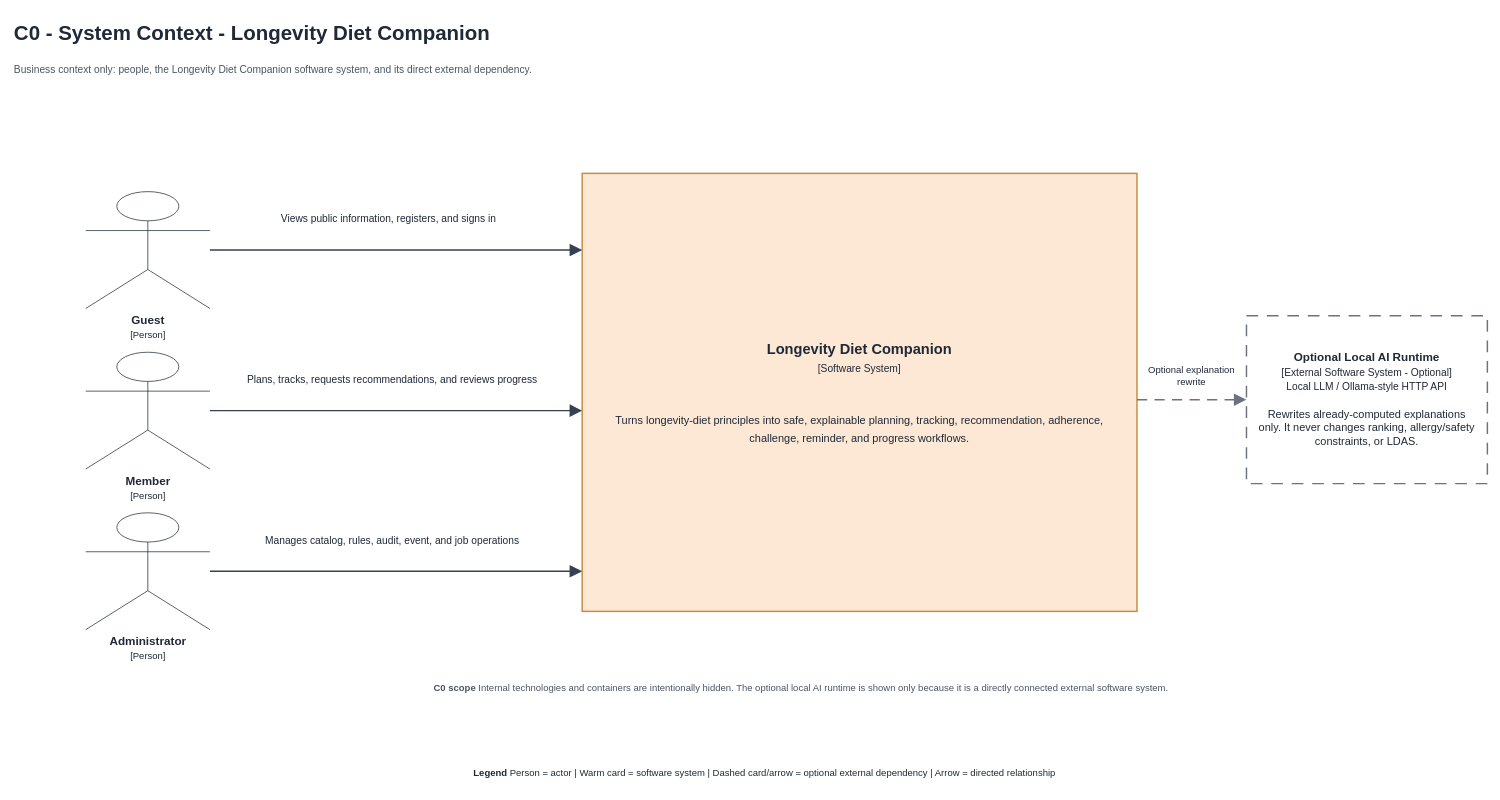
Earlier version of the draw.io diagram docs/assignment/diagrams/01-c0-system-context.drawio (YAHsaveme/FPTUSE_LongevityDiet). Source tidied: cells renumbered, new cells numbered last; positions are measured from the earlier drawing's top-left corner, leaving out a move shared by most shapes. Both pictures are drawn from the tidied source at 73%, with x=0, y=0 at pixel (12, 12).
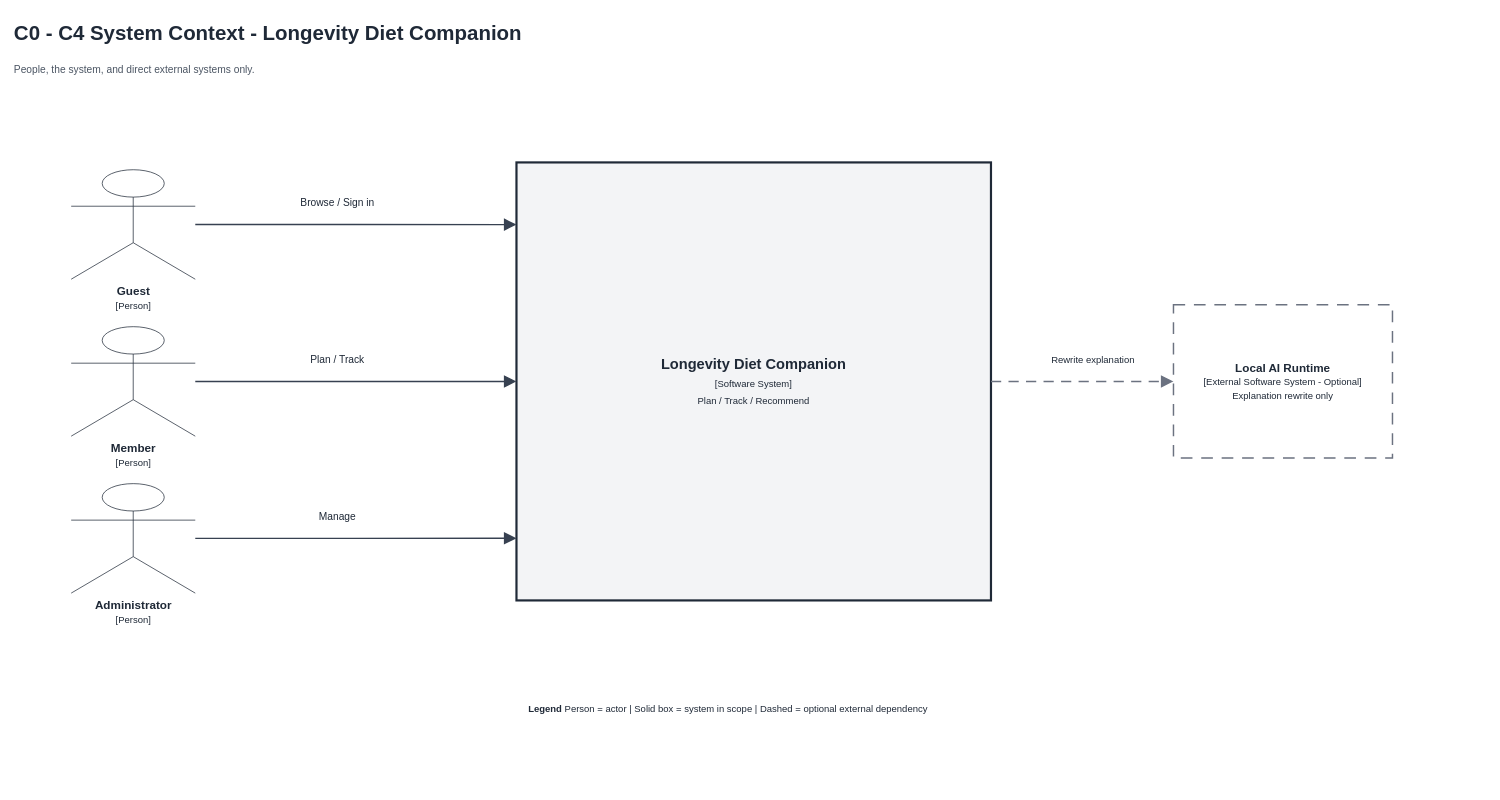
The same diagram, later.

Diff of the diagram source:
```diff
@@
 <mxGraphModel>
   <root>
     <mxCell id="0" />
     <mxCell id="1" parent="0" />
-    <mxCell id="2" value="C0 - System Context - Longevity Diet Companion" style="text;html=1;strokeColor=none;fillColor=none;align=left;verticalAlign=middle;whiteSpace=wrap;rounded=0;fontFamily=Arial;fontColor=#1F2937;fontSize=28;align=left;fontColor=#1F2937;fontStyle=1;" parent="1" vertex="1">
-      <mxGeometry width="2020" height="55" as="geometry" />
+    <mxCell id="2" value="C0 - C4 System Context - Longevity Diet Companion" style="text;html=1;strokeColor=none;fillColor=none;align=left;verticalAlign=middle;whiteSpace=wrap;rounded=0;fontFamily=Arial;fontColor=#1F2937;fontSize=28;align=left;fontColor=#1F2937;fontStyle=1;" parent="1" vertex="1">
+      <mxGeometry width="1900" height="55" as="geometry" />
     </mxCell>
-    <mxCell id="3" value="Business context only: people, the Longevity Diet Companion software system, and its direct external dependency." style="text;html=1;strokeColor=none;fillColor=none;align=left;verticalAlign=middle;whiteSpace=wrap;rounded=0;fontFamily=Arial;fontColor=#1F2937;fontSize=14;align=left;fontColor=#4B5563;" parent="1" vertex="1">
-      <mxGeometry y="58" width="2020" height="40" as="geometry" />
+    <mxCell id="3" value="People, the system, and direct external systems only." style="text;html=1;strokeColor=none;fillColor=none;align=left;verticalAlign=middle;whiteSpace=wrap;rounded=0;fontFamily=Arial;fontColor=#1F2937;fontSize=14;align=left;fontColor=#4B5563;" parent="1" vertex="1">
+      <mxGeometry y="58" width="1900" height="40" as="geometry" />
     </mxCell>
     <mxCell id="4" value="&lt;b&gt;Guest&lt;/b&gt;&lt;br&gt;&lt;font style='font-size:13px'&gt;[Person]&lt;/font&gt;" style="shape=umlActor;verticalLabelPosition=bottom;verticalAlign=top;html=1;strokeColor=#1F2937;fillColor=#FFFFFF;fontFamily=Arial;fontColor=#1F2937;fontSize=16;" parent="1" vertex="1">
-      <mxGeometry x="100" y="245" width="170" height="160" as="geometry" />
+      <mxGeometry x="80" y="215" width="170" height="150" as="geometry" />
     </mxCell>
     <mxCell id="5" value="&lt;b&gt;Member&lt;/b&gt;&lt;br&gt;&lt;font style='font-size:13px'&gt;[Person]&lt;/font&gt;" style="shape=umlActor;verticalLabelPosition=bottom;verticalAlign=top;html=1;strokeColor=#1F2937;fillColor=#FFFFFF;fontFamily=Arial;fontColor=#1F2937;fontSize=16;" parent="1" vertex="1">
-      <mxGeometry x="100" y="465" width="170" height="160" as="geometry" />
+      <mxGeometry x="80" y="430" width="170" height="150" as="geometry" />
     </mxCell>
     <mxCell id="6" value="&lt;b&gt;Administrator&lt;/b&gt;&lt;br&gt;&lt;font style='font-size:13px'&gt;[Person]&lt;/font&gt;" style="shape=umlActor;verticalLabelPosition=bottom;verticalAlign=top;html=1;strokeColor=#1F2937;fillColor=#FFFFFF;fontFamily=Arial;fontColor=#1F2937;fontSize=16;" parent="1" vertex="1">
-      <mxGeometry x="100" y="685" width="170" height="160" as="geometry" />
+      <mxGeometry x="80" y="645" width="170" height="150" as="geometry" />
     </mxCell>
-    <mxCell id="7" value="&lt;b&gt;Longevity Diet Companion&lt;/b&gt;&lt;br&gt;&lt;font style='font-size:14px'&gt;[Software System]&lt;/font&gt;&lt;br&gt;&lt;font style='font-size:14px'&gt;&lt;/font&gt;&lt;br&gt;&lt;br&gt;&lt;font style='font-size:15px'&gt;Turns longevity-diet principles into safe, explainable planning, tracking, recommendation, adherence, challenge, reminder, and progress workflows.&lt;/font&gt;" style="rounded=0;whiteSpace=wrap;html=1;fillColor=#FFFFFF;strokeColor=#374151;strokeWidth=2;fontFamily=Arial;fontColor=#1F2937;align=center;verticalAlign=middle;fillColor=#FCE8D5;strokeColor=#C58B42;strokeWidth=2;fontSize=20;spacing=24;" parent="1" vertex="1">
-      <mxGeometry x="780" y="220" width="760" height="600" as="geometry" />
+    <mxCell id="7" value="&lt;b&gt;Longevity Diet Companion&lt;/b&gt;&lt;br&gt;&lt;font style='font-size:13px'&gt;[Software System]&lt;/font&gt;&lt;br&gt;&lt;font style='font-size:13px'&gt;Plan / Track / Recommend&lt;/font&gt;" style="rounded=0;whiteSpace=wrap;html=1;fillColor=#FFFFFF;strokeColor=#374151;strokeWidth=2;fontFamily=Arial;fontColor=#1F2937;align=center;verticalAlign=middle;fillColor=#F3F4F6;strokeColor=#1F2937;strokeWidth=3;fontSize=20;spacing=20;" parent="1" vertex="1">
+      <mxGeometry x="690" y="205" width="650" height="600" as="geometry" />
     </mxCell>
-    <mxCell id="8" value="&lt;b&gt;Optional Local AI Runtime&lt;/b&gt;&lt;br&gt;&lt;font style='font-size:14px'&gt;[External Software System - Optional]&lt;/font&gt;&lt;br&gt;&lt;font style='font-size:14px'&gt;Local LLM / Ollama-style HTTP API&lt;/font&gt;&lt;br&gt;&lt;br&gt;&lt;font style='font-size:15px'&gt;Rewrites already-computed explanations only. It never changes ranking, allergy/safety constraints, or LDAS.&lt;/font&gt;" style="rounded=0;whiteSpace=wrap;html=1;fillColor=#FFFFFF;strokeColor=#374151;strokeWidth=2;fontFamily=Arial;fontColor=#1F2937;align=center;verticalAlign=middle;dashed=1;dashPattern=8 6;strokeColor=#6B7280;fontSize=16;spacing=14;" parent="1" vertex="1">
-      <mxGeometry x="1690" y="415" width="330" height="230" as="geometry" />
+    <mxCell id="8" value="&lt;b&gt;Local AI Runtime&lt;/b&gt;&lt;br&gt;&lt;font style='font-size:13px'&gt;[External Software System - Optional]&lt;/font&gt;&lt;br&gt;&lt;font style='font-size:13px'&gt;Explanation rewrite only&lt;/font&gt;" style="rounded=0;whiteSpace=wrap;html=1;fillColor=#FFFFFF;strokeColor=#374151;strokeWidth=2;fontFamily=Arial;fontColor=#1F2937;align=center;verticalAlign=middle;dashed=1;dashPattern=8 6;strokeColor=#6B7280;fontSize=16;spacing=14;" parent="1" vertex="1">
+      <mxGeometry x="1590" y="400" width="300" height="210" as="geometry" />
     </mxCell>
-    <mxCell id="9" style="edgeStyle=orthogonalEdgeStyle;rounded=0;curved=0;jettySize=auto;html=1;endArrow=block;endFill=1;endSize=12;strokeColor=#374151;strokeWidth=2;exitX=1;exitY=0.5;exitDx=0;exitDy=0;entryX=0;entryY=0.175;entryDx=0;entryDy=0;" parent="1" edge="1" source="4" target="7">
+    <mxCell id="9" style="edgeStyle=orthogonalEdgeStyle;rounded=0;curved=0;jettySize=auto;html=1;endArrow=block;endFill=1;endSize=12;strokeColor=#374151;strokeWidth=2;exitX=1;exitY=0.5;exitDx=0;exitDy=0;entryX=0;entryY=0.142;entryDx=0;entryDy=0;" parent="1" edge="1" source="4" target="7">
       <mxGeometry relative="1" as="geometry" />
     </mxCell>
-    <mxCell id="10" style="edgeStyle=orthogonalEdgeStyle;rounded=0;curved=0;jettySize=auto;html=1;endArrow=block;endFill=1;endSize=12;strokeColor=#374151;strokeWidth=2;exitX=1;exitY=0.5;exitDx=0;exitDy=0;entryX=0;entryY=0.5416667;entryDx=0;entryDy=0;" parent="1" edge="1" source="5" target="7">
+    <mxCell id="10" style="edgeStyle=orthogonalEdgeStyle;rounded=0;curved=0;jettySize=auto;html=1;endArrow=block;endFill=1;endSize=12;strokeColor=#374151;strokeWidth=2;exitX=1;exitY=0.5;exitDx=0;exitDy=0;entryX=0;entryY=0.5;entryDx=0;entryDy=0;" parent="1" edge="1" source="5" target="7">
       <mxGeometry relative="1" as="geometry" />
     </mxCell>
-    <mxCell id="11" style="edgeStyle=orthogonalEdgeStyle;rounded=0;curved=0;jettySize=auto;html=1;endArrow=block;endFill=1;endSize=12;strokeColor=#374151;strokeWidth=2;exitX=1;exitY=0.5;exitDx=0;exitDy=0;entryX=0;entryY=0.9083333;entryDx=0;entryDy=0;" parent="1" edge="1" source="6" target="7">
+    <mxCell id="11" style="edgeStyle=orthogonalEdgeStyle;rounded=0;curved=0;jettySize=auto;html=1;endArrow=block;endFill=1;endSize=12;strokeColor=#374151;strokeWidth=2;exitX=1;exitY=0.5;exitDx=0;exitDy=0;entryX=0;entryY=0.858;entryDx=0;entryDy=0;" parent="1" edge="1" source="6" target="7">
       <mxGeometry relative="1" as="geometry" />
     </mxCell>
-    <mxCell id="12" style="edgeStyle=orthogonalEdgeStyle;rounded=0;curved=0;jettySize=auto;html=1;endArrow=block;endFill=1;endSize=12;strokeColor=#374151;strokeWidth=2;dashed=1;dashPattern=7 5;strokeColor=#6B7280;exitX=1;exitY=0.5166667;exitDx=0;exitDy=0;entryX=0;entryY=0.5;entryDx=0;entryDy=0;" parent="1" edge="1" source="7" target="8">
+    <mxCell id="12" style="edgeStyle=orthogonalEdgeStyle;rounded=0;curved=0;jettySize=auto;html=1;endArrow=block;endFill=1;endSize=12;strokeColor=#374151;strokeWidth=2;dashed=1;dashPattern=7 5;strokeColor=#6B7280;exitX=1;exitY=0.5;exitDx=0;exitDy=0;entryX=0;entryY=0.5;entryDx=0;entryDy=0;" parent="1" edge="1" source="7" target="8">
       <mxGeometry relative="1" as="geometry" />
     </mxCell>
-    <mxCell id="13" value="Views public information, registers, and signs in" style="text;html=1;strokeColor=none;fillColor=none;align=left;verticalAlign=middle;whiteSpace=wrap;rounded=0;fontFamily=Arial;fontColor=#1F2937;fontSize=14;align=center;fontColor=#1F2937;" parent="1" vertex="1">
-      <mxGeometry x="320" y="265" width="390" height="34" as="geometry" />
+    <mxCell id="13" value="Browse / Sign in" style="text;html=1;strokeColor=none;fillColor=none;align=left;verticalAlign=middle;whiteSpace=wrap;rounded=0;fontFamily=Arial;fontColor=#1F2937;fontSize=14;align=center;fontColor=#1F2937;" parent="1" vertex="1">
+      <mxGeometry x="320" y="245" width="250" height="30" as="geometry" />
     </mxCell>
-    <mxCell id="14" value="Plans, tracks, requests recommendations, and reviews progress" style="text;html=1;strokeColor=none;fillColor=none;align=left;verticalAlign=middle;whiteSpace=wrap;rounded=0;fontFamily=Arial;fontColor=#1F2937;fontSize=14;align=center;fontColor=#1F2937;" parent="1" vertex="1">
-      <mxGeometry x="315" y="485" width="410" height="36" as="geometry" />
+    <mxCell id="14" value="Plan / Track" style="text;html=1;strokeColor=none;fillColor=none;align=left;verticalAlign=middle;whiteSpace=wrap;rounded=0;fontFamily=Arial;fontColor=#1F2937;fontSize=14;align=center;fontColor=#1F2937;" parent="1" vertex="1">
+      <mxGeometry x="320" y="460" width="250" height="30" as="geometry" />
     </mxCell>
-    <mxCell id="15" value="Manages catalog, rules, audit, event, and job operations" style="text;html=1;strokeColor=none;fillColor=none;align=left;verticalAlign=middle;whiteSpace=wrap;rounded=0;fontFamily=Arial;fontColor=#1F2937;fontSize=14;align=center;fontColor=#1F2937;" parent="1" vertex="1">
-      <mxGeometry x="320" y="705" width="400" height="36" as="geometry" />
+    <mxCell id="15" value="Manage" style="text;html=1;strokeColor=none;fillColor=none;align=left;verticalAlign=middle;whiteSpace=wrap;rounded=0;fontFamily=Arial;fontColor=#1F2937;fontSize=14;align=center;fontColor=#1F2937;" parent="1" vertex="1">
+      <mxGeometry x="320" y="675" width="250" height="30" as="geometry" />
     </mxCell>
-    <mxCell id="16" value="Optional explanation rewrite" style="text;html=1;strokeColor=none;fillColor=none;align=left;verticalAlign=middle;whiteSpace=wrap;rounded=0;fontFamily=Arial;fontColor=#1F2937;fontSize=13;align=center;fontColor=#1F2937;" parent="1" vertex="1">
-      <mxGeometry x="1545" y="480" width="140" height="34" as="geometry" />
+    <mxCell id="16" value="Rewrite explanation" style="text;html=1;strokeColor=none;fillColor=none;align=left;verticalAlign=middle;whiteSpace=wrap;rounded=0;fontFamily=Arial;fontColor=#1F2937;fontSize=13;align=center;fontColor=#1F2937;" parent="1" vertex="1">
+      <mxGeometry x="1380" y="460" width="200" height="30" as="geometry" />
     </mxCell>
-    <mxCell id="17" value="&lt;b&gt;C0 scope&lt;/b&gt;  Internal technologies and containers are intentionally hidden. The optional local AI runtime is shown only because it is a directly connected external software system." style="text;html=1;strokeColor=none;fillColor=none;align=left;verticalAlign=middle;whiteSpace=wrap;rounded=0;fontFamily=Arial;fontColor=#1F2937;fontSize=13;align=center;fontColor=#4B5563;" parent="1" vertex="1">
-      <mxGeometry x="530" y="900" width="1100" height="48" as="geometry" />
+    <mxCell id="17" value="&lt;b&gt;Legend&lt;/b&gt;  Person = actor  |  Solid box = system in scope  |  Dashed = optional external dependency" style="text;html=1;strokeColor=none;fillColor=none;align=left;verticalAlign=middle;whiteSpace=wrap;rounded=0;fontFamily=Arial;fontColor=#1F2937;fontSize=13;align=center;fontColor=#1F2937;" parent="1" vertex="1">
+      <mxGeometry x="350" y="935" width="1260" height="36" as="geometry" />
     </mxCell>
-    <mxCell id="18" value="&lt;b&gt;Legend&lt;/b&gt;  Person = actor  |  Warm card = software system  |  Dashed card/arrow = optional external dependency  |  Arrow = directed relationship" style="text;html=1;strokeColor=none;fillColor=none;align=left;verticalAlign=middle;whiteSpace=wrap;rounded=0;fontFamily=Arial;fontColor=#1F2937;fontSize=13;align=center;fontColor=#1F2937;" parent="1" vertex="1">
-      <mxGeometry x="260" y="1020" width="1540" height="42" as="geometry" />
-    </mxCell>
   </root>
 </mxGraphModel>
```
